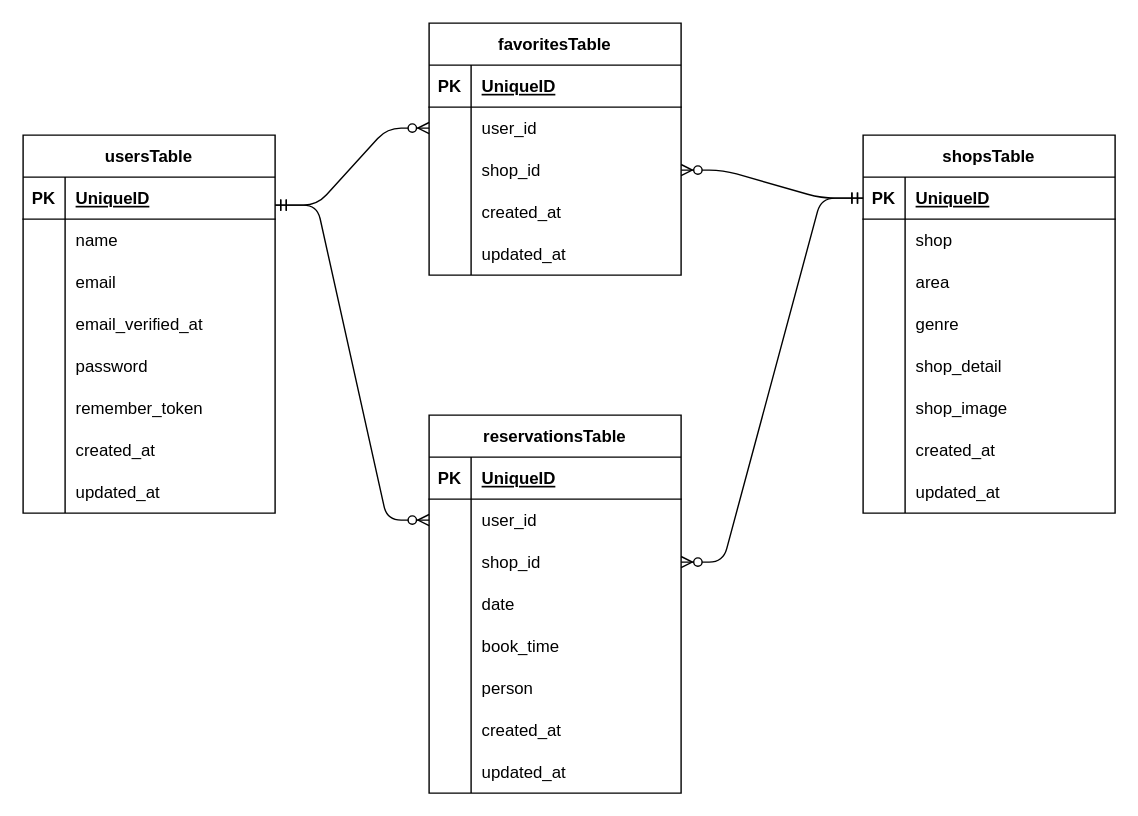
Earlier version of the draw.io diagram er.dio (Chayney/reservation). Source tidied: cells renumbered, new cells numbered last; positions are measured from the earlier drawing's top-left corner, leaving out a move shared by most shapes. Both pictures are drawn from the tidied source at 140%, with x=0, y=0 at pixel (22, 22).
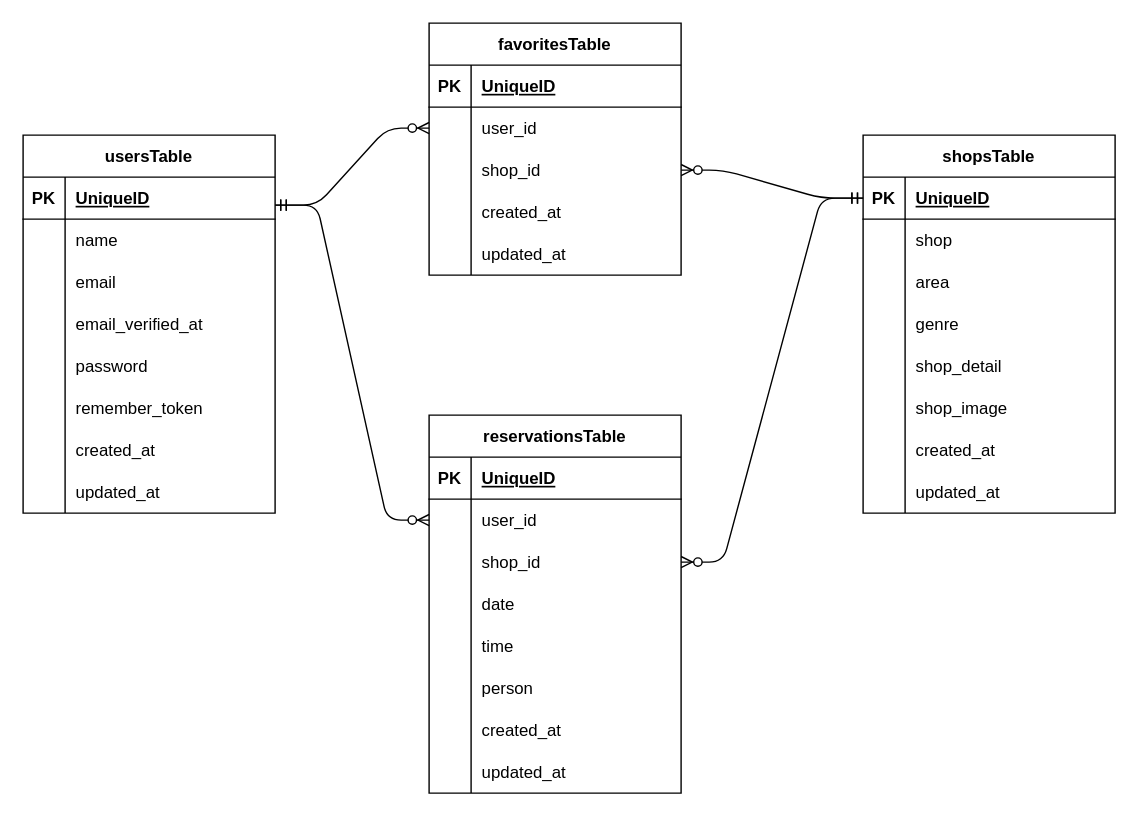
The same diagram, later.

The change refers to these unchanged cells:
```xml
<mxCell id="56" style="shape=tableRow;horizontal=0;startSize=0;swimlaneHead=0;swimlaneBody=0;fillColor=none;top=0;left=0;right=0;bottom=0;" parent="43" vertex="1">
  <mxGeometry y="150" width="180" height="30" as="geometry" />
</mxCell>
```

What changed in the source:
```diff
@@
-    <mxCell id="58" value="book_time" style="shape=partialRectangle;fillColor=none;top=0;left=0;bottom=0;right=0;align=left;spacingLeft=6;overflow=hidden;" parent="56" vertex="1">
+    <mxCell id="58" value="time" style="shape=partialRectangle;fillColor=none;top=0;left=0;bottom=0;right=0;align=left;spacingLeft=6;overflow=hidden;" parent="56" vertex="1">
       <mxGeometry x="30" width="150" height="30" as="geometry" />
     </mxCell>
```
